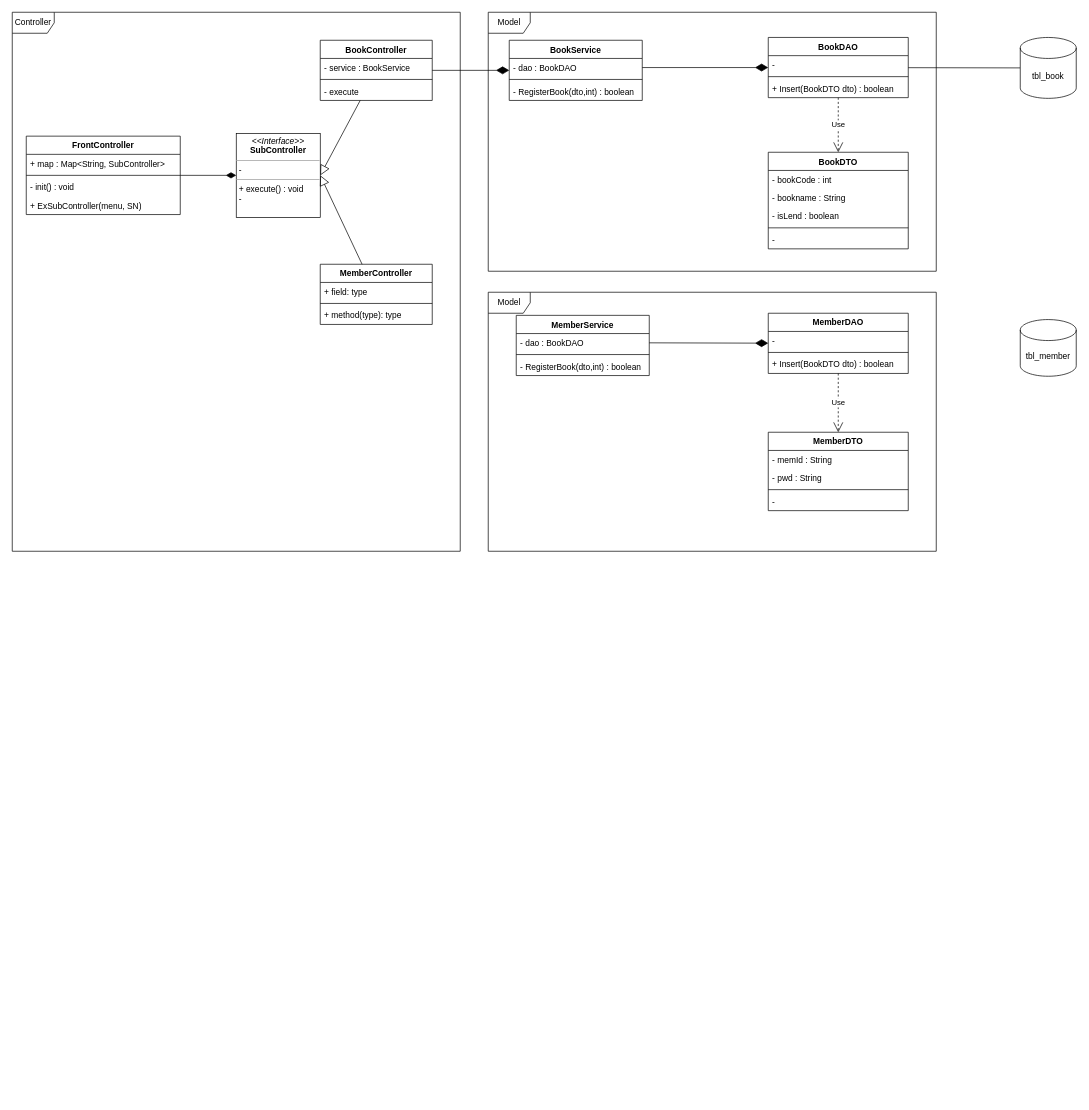
The draw.io diagram page "04[예제] MVC2패턴" (4 of 4) of src/Ch38/Diagram.drawio in choideokhyeon/JAVA20220930, before the edit. Source tidied: cells renumbered, new cells numbered last; positions are measured from the earlier drawing's top-left corner, leaving out a move shared by most shapes. Both pictures are drawn from the tidied source at 70%, with x=0, y=0 at pixel (12, 12).
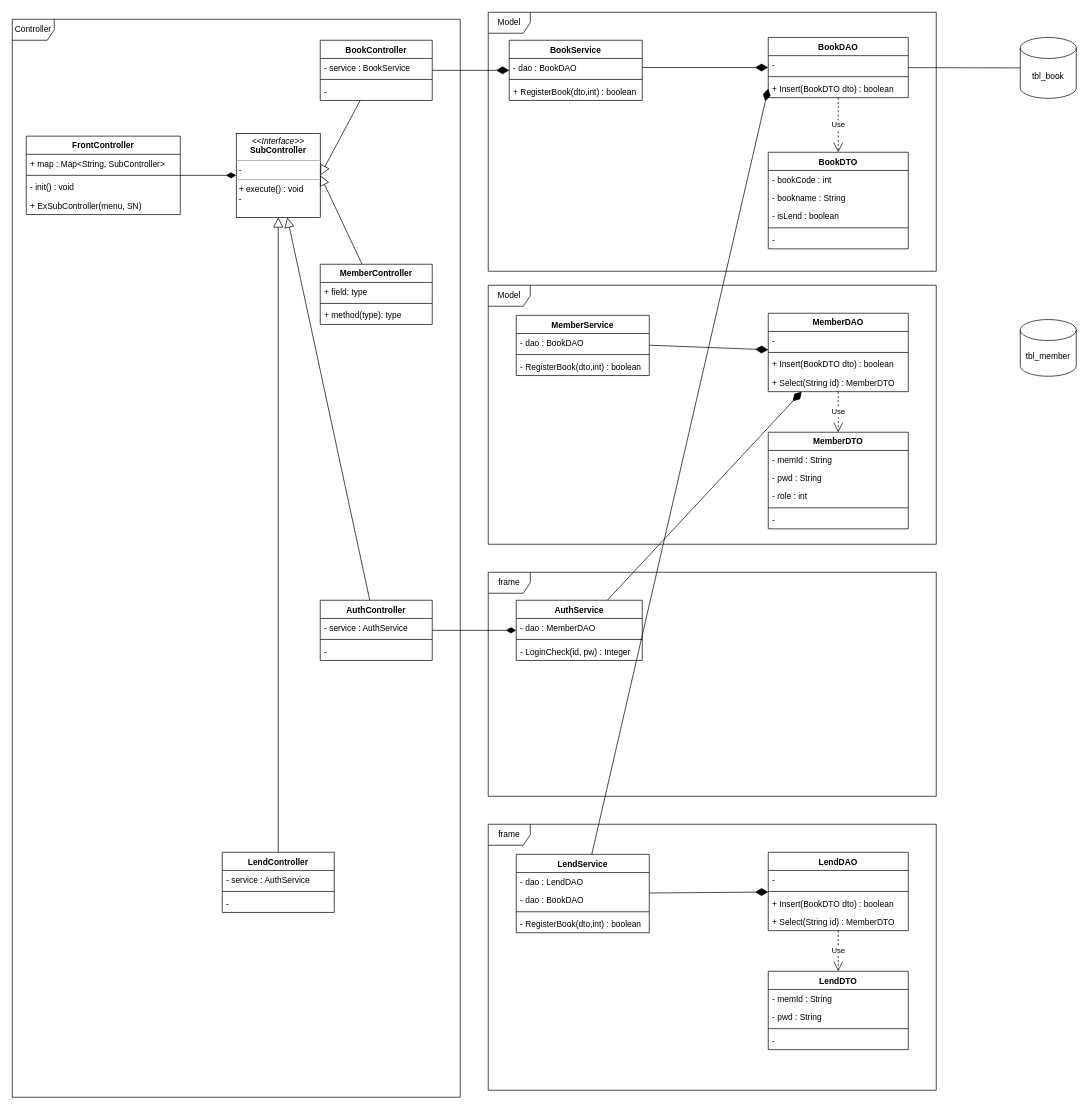
After the change.

Unchanged cells that the change refers to:
```xml
<mxCell id="7" value="+ Insert(BookDTO dto) : boolean" style="text;strokeColor=none;fillColor=none;align=left;verticalAlign=top;spacingLeft=4;spacingRight=4;overflow=hidden;points=[[0,0.5],[1,0.5]];portConstraint=eastwest;" parent="4" vertex="1">
  <mxGeometry y="60" width="200" height="26" as="geometry" />
</mxCell>
<mxCell id="16" value="BookService" style="swimlane;fontStyle=1;align=center;verticalAlign=top;horizontal=1;startSize=26;" parent="1" vertex="1">
  <mxGeometry x="710" y="40" width="190" height="86" as="geometry" />
</mxCell>
<mxCell id="44" value="BookController" style="swimlane;fontStyle=1;align=center;verticalAlign=top;horizontal=1;startSize=26;" parent="1" vertex="1">
  <mxGeometry x="440" y="40" width="160" height="86" as="geometry" />
</mxCell>
<mxCell id="52" value="&lt;p style=&quot;margin:0px;margin-top:4px;text-align:center;&quot;&gt;&lt;i&gt;&amp;lt;&amp;lt;Interface&amp;gt;&amp;gt;&lt;/i&gt;&lt;br&gt;&lt;b&gt;SubController&lt;/b&gt;&lt;/p&gt;&lt;hr size=&quot;1&quot;&gt;&lt;p style=&quot;margin:0px;margin-left:4px;&quot;&gt;-&lt;/p&gt;&lt;hr size=&quot;1&quot;&gt;&lt;p style=&quot;margin:0px;margin-left:4px;&quot;&gt;+ execute() : void&lt;/p&gt;&lt;p style=&quot;margin:0px;margin-left:4px;&quot;&gt;-&lt;/p&gt;" style="verticalAlign=top;align=left;overflow=fill;fontSize=12;fontFamily=Helvetica;html=1;" parent="1" vertex="1">
  <mxGeometry x="320" y="173" width="120" height="120" as="geometry" />
</mxCell>
```

What changed in the source:
```diff
@@
+    <mxCell id="21" value="Model" style="shape=umlFrame;whiteSpace=wrap;html=1;" parent="1" vertex="1">
+      <mxGeometry x="680" y="390" width="640" height="370" as="geometry" />
+    </mxCell>
@@
-    <mxCell id="19" value="- RegisterBook(dto,int) : boolean" style="text;strokeColor=none;fillColor=none;align=left;verticalAlign=top;spacingLeft=4;spacingRight=4;overflow=hidden;" parent="16" vertex="1">
+    <mxCell id="19" value="+ RegisterBook(dto,int) : boolean" style="text;strokeColor=none;fillColor=none;align=left;verticalAlign=top;spacingLeft=4;spacingRight=4;overflow=hidden;" parent="16" vertex="1">
       <mxGeometry y="60" width="190" height="26" as="geometry" />
     </mxCell>
@@
-    <mxCell id="21" value="Model" style="shape=umlFrame;whiteSpace=wrap;html=1;" parent="1" vertex="1">
-      <mxGeometry x="680" y="400" width="640" height="370" as="geometry" />
-    </mxCell>
     <mxCell id="22" value="MemberDAO" style="swimlane;fontStyle=1;align=center;verticalAlign=top;horizontal=1;startSize=26;" parent="1" vertex="1">
-      <mxGeometry x="1080" y="430" width="200" height="86" as="geometry" />
+      <mxGeometry x="1080" y="430" width="200" height="112" as="geometry" />
     </mxCell>
@@
+    <mxCell id="57" value="+ Select(String id) : MemberDTO" style="text;strokeColor=none;fillColor=none;align=left;verticalAlign=top;spacingLeft=4;spacingRight=4;overflow=hidden;" parent="22" vertex="1">
+      <mxGeometry y="86" width="200" height="26" as="geometry" />
+    </mxCell>
@@
     <mxCell id="27" value="MemberDTO" style="swimlane;fontStyle=1;align=center;verticalAlign=top;horizontal=1;startSize=26;" parent="1" vertex="1">
-      <mxGeometry x="1080" y="600" width="200" height="112" as="geometry" />
+      <mxGeometry x="1080" y="600" width="200" height="138" as="geometry" />
     </mxCell>
@@
+    <mxCell id="58" value="- role : int" style="text;strokeColor=none;fillColor=none;align=left;verticalAlign=top;spacingLeft=4;spacingRight=4;overflow=hidden;" parent="27" vertex="1">
+      <mxGeometry y="78" width="200" height="26" as="geometry" />
+    </mxCell>
     <mxCell id="30" style="line;strokeWidth=1;fillColor=none;align=left;verticalAlign=middle;spacingTop=-1;spacingLeft=3;spacingRight=3;labelPosition=right;strokeColor=inherit;" parent="27" vertex="1">
-      <mxGeometry y="78" width="200" height="8" as="geometry" />
+      <mxGeometry y="104" width="200" height="8" as="geometry" />
     </mxCell>
     <mxCell id="31" value="-" style="text;strokeColor=none;fillColor=none;align=left;verticalAlign=top;spacingLeft=4;spacingRight=4;overflow=hidden;" parent="27" vertex="1">
-      <mxGeometry y="86" width="200" height="26" as="geometry" />
+      <mxGeometry y="112" width="200" height="26" as="geometry" />
     </mxCell>
@@
     <mxCell id="38" value="Controller" style="shape=umlFrame;whiteSpace=wrap;html=1;" parent="1" vertex="1">
-      <mxGeometry width="640" height="770" as="geometry" />
+      <mxGeometry y="10" width="640" height="1540" as="geometry" />
     </mxCell>
@@
-    <mxCell id="47" value="- execute" style="text;strokeColor=none;fillColor=none;align=left;verticalAlign=top;spacingLeft=4;spacingRight=4;overflow=hidden;" parent="44" vertex="1">
+    <mxCell id="47" value="- " style="text;strokeColor=none;fillColor=none;align=left;verticalAlign=top;spacingLeft=4;spacingRight=4;overflow=hidden;" parent="44" vertex="1">
       <mxGeometry y="60" width="160" height="26" as="geometry" />
     </mxCell>
@@
+    <mxCell id="59" value="frame" style="shape=umlFrame;whiteSpace=wrap;html=1;" parent="1" vertex="1">
+      <mxGeometry x="680" y="800" width="640" height="320" as="geometry" />
+    </mxCell>
+    <mxCell id="60" value="AuthService" style="swimlane;fontStyle=1;align=center;verticalAlign=top;horizontal=1;startSize=26;" parent="1" vertex="1">
+      <mxGeometry x="720" y="840" width="180" height="86" as="geometry" />
+    </mxCell>
+    <mxCell id="61" value="- dao : MemberDAO" style="text;strokeColor=none;fillColor=none;align=left;verticalAlign=top;spacingLeft=4;spacingRight=4;overflow=hidden;" parent="60" vertex="1">
+      <mxGeometry y="26" width="180" height="26" as="geometry" />
+    </mxCell>
+    <mxCell id="62" style="line;strokeWidth=1;fillColor=none;align=left;verticalAlign=middle;spacingTop=-1;spacingLeft=3;spacingRight=3;labelPosition=right;strokeColor=inherit;" parent="60" vertex="1">
+      <mxGeometry y="52" width="180" height="8" as="geometry" />
+    </mxCell>
+    <mxCell id="63" value="- LoginCheck(id, pw) : Integer" style="text;strokeColor=none;fillColor=none;align=left;verticalAlign=top;spacingLeft=4;spacingRight=4;overflow=hidden;" parent="60" vertex="1">
+      <mxGeometry y="60" width="180" height="26" as="geometry" />
+    </mxCell>
+    <mxCell id="64" value="AuthController" style="swimlane;fontStyle=1;align=center;verticalAlign=top;horizontal=1;startSize=26;" parent="1" vertex="1">
+      <mxGeometry x="440" y="840" width="160" height="86" as="geometry" />
+    </mxCell>
+    <mxCell id="65" value="- service : AuthService" style="text;strokeColor=none;fillColor=none;align=left;verticalAlign=top;spacingLeft=4;spacingRight=4;overflow=hidden;" parent="64" vertex="1">
+      <mxGeometry y="26" width="160" height="26" as="geometry" />
+    </mxCell>
+    <mxCell id="66" style="line;strokeWidth=1;fillColor=none;align=left;verticalAlign=middle;spacingTop=-1;spacingLeft=3;spacingRight=3;labelPosition=right;strokeColor=inherit;" parent="64" vertex="1">
+      <mxGeometry y="52" width="160" height="8" as="geometry" />
+    </mxCell>
+    <mxCell id="67" value="-" style="text;strokeColor=none;fillColor=none;align=left;verticalAlign=top;spacingLeft=4;spacingRight=4;overflow=hidden;" parent="64" vertex="1">
+      <mxGeometry y="60" width="160" height="26" as="geometry" />
+    </mxCell>
+    <mxCell id="68" style="rounded=0;jettySize=auto;html=1;endArrow=diamondThin;endFill=1;endSize=16;" parent="1" edge="1" source="60" target="22">
+      <mxGeometry relative="1" as="geometry" />
+    </mxCell>
+    <mxCell id="69" style="endArrow=block;endSize=12;endFill=0;html=1;rounded=0;" parent="1" edge="1" source="64" target="52">
+      <mxGeometry relative="1" as="geometry" />
+    </mxCell>
+    <mxCell id="70" style="endArrow=diamondThin;endFill=1;endSize=12;html=1;rounded=0;" parent="1" edge="1" source="64" target="60">
+      <mxGeometry relative="1" as="geometry" />
+    </mxCell>
+    <mxCell id="71" value="frame" style="shape=umlFrame;whiteSpace=wrap;html=1;" parent="1" vertex="1">
+      <mxGeometry x="680" y="1160" width="640" height="380" as="geometry" />
+    </mxCell>
+    <mxCell id="72" value="LendDAO" style="swimlane;fontStyle=1;align=center;verticalAlign=top;horizontal=1;startSize=26;" parent="1" vertex="1">
+      <mxGeometry x="1080" y="1200" width="200" height="112" as="geometry" />
+    </mxCell>
+    <mxCell id="73" value="-" style="text;strokeColor=none;fillColor=none;align=left;verticalAlign=top;spacingLeft=4;spacingRight=4;overflow=hidden;" parent="72" vertex="1">
+      <mxGeometry y="26" width="200" height="26" as="geometry" />
+    </mxCell>
+    <mxCell id="74" style="line;strokeWidth=1;fillColor=none;align=left;verticalAlign=middle;spacingTop=-1;spacingLeft=3;spacingRight=3;labelPosition=right;strokeColor=inherit;" parent="72" vertex="1">
+      <mxGeometry y="52" width="200" height="8" as="geometry" />
+    </mxCell>
+    <mxCell id="75" value="+ Insert(BookDTO dto) : boolean" style="text;strokeColor=none;fillColor=none;align=left;verticalAlign=top;spacingLeft=4;spacingRight=4;overflow=hidden;" parent="72" vertex="1">
+      <mxGeometry y="60" width="200" height="26" as="geometry" />
+    </mxCell>
+    <mxCell id="76" value="+ Select(String id) : MemberDTO" style="text;strokeColor=none;fillColor=none;align=left;verticalAlign=top;spacingLeft=4;spacingRight=4;overflow=hidden;" parent="72" vertex="1">
+      <mxGeometry y="86" width="200" height="26" as="geometry" />
+    </mxCell>
+    <mxCell id="77" value="LendDTO" style="swimlane;fontStyle=1;align=center;verticalAlign=top;horizontal=1;startSize=26;" parent="1" vertex="1">
+      <mxGeometry x="1080" y="1370" width="200" height="112" as="geometry" />
+    </mxCell>
+    <mxCell id="78" value="- memId : String" style="text;strokeColor=none;fillColor=none;align=left;verticalAlign=top;spacingLeft=4;spacingRight=4;overflow=hidden;" parent="77" vertex="1">
+      <mxGeometry y="26" width="200" height="26" as="geometry" />
+    </mxCell>
+    <mxCell id="79" value="- pwd : String" style="text;strokeColor=none;fillColor=none;align=left;verticalAlign=top;spacingLeft=4;spacingRight=4;overflow=hidden;" parent="77" vertex="1">
+      <mxGeometry y="52" width="200" height="26" as="geometry" />
+    </mxCell>
+    <mxCell id="80" style="line;strokeWidth=1;fillColor=none;align=left;verticalAlign=middle;spacingTop=-1;spacingLeft=3;spacingRight=3;labelPosition=right;strokeColor=inherit;" parent="77" vertex="1">
+      <mxGeometry y="78" width="200" height="8" as="geometry" />
+    </mxCell>
+    <mxCell id="81" value="-" style="text;strokeColor=none;fillColor=none;align=left;verticalAlign=top;spacingLeft=4;spacingRight=4;overflow=hidden;" parent="77" vertex="1">
+      <mxGeometry y="86" width="200" height="26" as="geometry" />
+    </mxCell>
+    <mxCell id="82" value="LendService" style="swimlane;fontStyle=1;align=center;verticalAlign=top;horizontal=1;startSize=26;" parent="1" vertex="1">
+      <mxGeometry x="720" y="1203" width="190" height="112" as="geometry" />
+    </mxCell>
+    <mxCell id="83" value="- dao : LendDAO" style="text;strokeColor=none;fillColor=none;align=left;verticalAlign=top;spacingLeft=4;spacingRight=4;overflow=hidden;" parent="82" vertex="1">
+      <mxGeometry y="26" width="190" height="26" as="geometry" />
+    </mxCell>
+    <mxCell id="84" value="- dao : BookDAO" style="text;strokeColor=none;fillColor=none;align=left;verticalAlign=top;spacingLeft=4;spacingRight=4;overflow=hidden;" parent="82" vertex="1">
+      <mxGeometry y="52" width="190" height="26" as="geometry" />
+    </mxCell>
+    <mxCell id="85" style="line;strokeWidth=1;fillColor=none;align=left;verticalAlign=middle;spacingTop=-1;spacingLeft=3;spacingRight=3;labelPosition=right;strokeColor=inherit;" parent="82" vertex="1">
+      <mxGeometry y="78" width="190" height="8" as="geometry" />
+    </mxCell>
+    <mxCell id="86" value="- RegisterBook(dto,int) : boolean" style="text;strokeColor=none;fillColor=none;align=left;verticalAlign=top;spacingLeft=4;spacingRight=4;overflow=hidden;" parent="82" vertex="1">
+      <mxGeometry y="86" width="190" height="26" as="geometry" />
+    </mxCell>
+    <mxCell id="87" style="rounded=0;jettySize=auto;html=1;endArrow=diamondThin;endFill=1;endSize=16;startArrow=none;" parent="1" edge="1" source="82" target="72">
+      <mxGeometry relative="1" as="geometry" />
+    </mxCell>
+    <mxCell id="88" style="rounded=0;jettySize=auto;html=1;endArrow=diamondThin;endFill=1;endSize=16;startArrow=none;entryX=0;entryY=0.5;entryDx=0;entryDy=0;" parent="1" edge="1" source="82" target="7">
+      <mxGeometry relative="1" as="geometry" />
+    </mxCell>
+    <mxCell id="89" value="LendController" style="swimlane;fontStyle=1;align=center;verticalAlign=top;horizontal=1;startSize=26;" parent="1" vertex="1">
+      <mxGeometry x="300" y="1200" width="160" height="86" as="geometry" />
+    </mxCell>
+    <mxCell id="90" value="- service : AuthService" style="text;strokeColor=none;fillColor=none;align=left;verticalAlign=top;spacingLeft=4;spacingRight=4;overflow=hidden;" parent="89" vertex="1">
+      <mxGeometry y="26" width="160" height="26" as="geometry" />
+    </mxCell>
+    <mxCell id="91" style="line;strokeWidth=1;fillColor=none;align=left;verticalAlign=middle;spacingTop=-1;spacingLeft=3;spacingRight=3;labelPosition=right;strokeColor=inherit;" parent="89" vertex="1">
+      <mxGeometry y="52" width="160" height="8" as="geometry" />
+    </mxCell>
+    <mxCell id="92" value="-" style="text;strokeColor=none;fillColor=none;align=left;verticalAlign=top;spacingLeft=4;spacingRight=4;overflow=hidden;" parent="89" vertex="1">
+      <mxGeometry y="60" width="160" height="26" as="geometry" />
+    </mxCell>
+    <mxCell id="93" value="Use" style="endArrow=open;endSize=12;dashed=1;html=1;rounded=0;jumpSize=6;" parent="1" edge="1" source="72" target="77">
+      <mxGeometry relative="1" as="geometry" />
+    </mxCell>
+    <mxCell id="94" style="endArrow=block;endSize=12;endFill=0;html=1;rounded=0;" parent="1" edge="1" source="89" target="52">
+      <mxGeometry relative="1" as="geometry" />
+    </mxCell>
```
